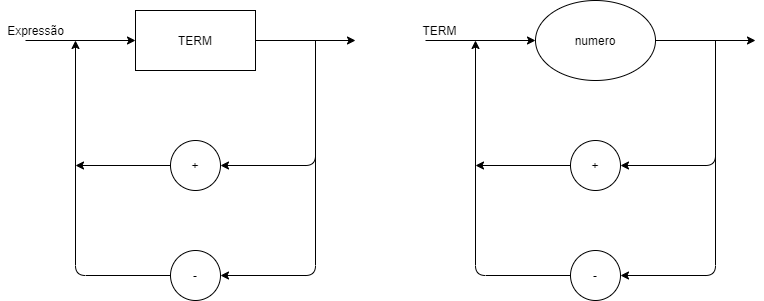
Above: Diagrama+-.png in mikomoares/LogicaDaComputacaoRoteiros (draw.io), before the change. Source tidied: cells renumbered, new cells last; positions are measured from the earlier drawing's top-left corner, leaving out a move shared by most shapes.
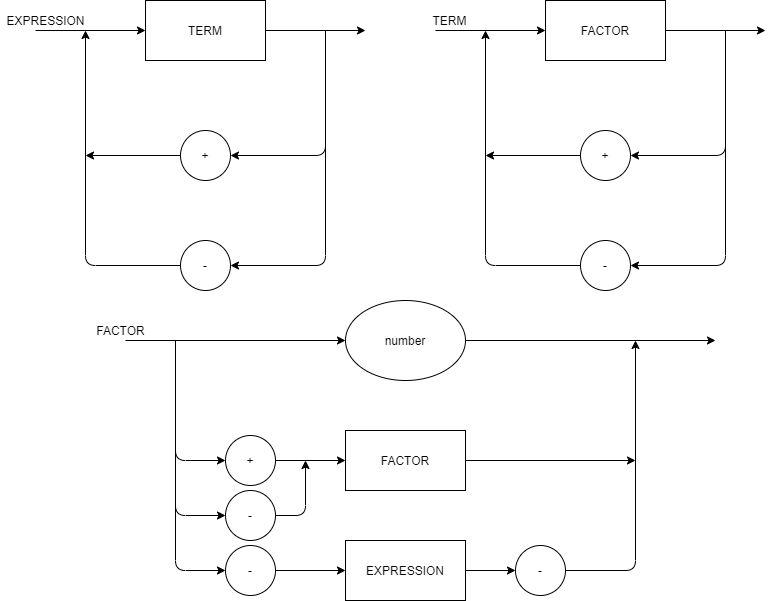
The same diagram one commit later.

Diff of the diagram source:
```diff
@@ -52,9 +52,6 @@
     <mxCell id="10" value="+" style="ellipse;whiteSpace=wrap;html=1;" parent="1" vertex="1">
       <mxGeometry x="570" y="140" width="50" height="50" as="geometry" />
     </mxCell>
-    <mxCell id="11" value="numero" style="ellipse;whiteSpace=wrap;html=1;" parent="1" vertex="1">
-      <mxGeometry x="535" width="120" height="80" as="geometry" />
-    </mxCell>
     <mxCell id="12" value="-" style="ellipse;whiteSpace=wrap;html=1;" parent="1" vertex="1">
       <mxGeometry x="570" y="250" width="50" height="50" as="geometry" />
     </mxCell>
@@ -87,14 +84,16 @@
         </Array>
       </mxGeometry>
     </mxCell>
-    <mxCell id="17" style="endArrow=classic;html=1;exitX=1;exitY=0.5;exitDx=0;exitDy=0;" parent="1" edge="1" source="11">
+    <mxCell id="17" style="endArrow=classic;html=1;exitX=1;exitY=0.5;exitDx=0;exitDy=0;" parent="1" edge="1">
       <mxGeometry relative="1" as="geometry">
+        <mxPoint x="655" y="40" as="sourcePoint" />
         <mxPoint x="755" y="40" as="targetPoint" />
       </mxGeometry>
     </mxCell>
-    <mxCell id="18" style="endArrow=classic;html=1;entryX=0;entryY=0.5;entryDx=0;entryDy=0;" parent="1" edge="1" target="11">
+    <mxCell id="18" style="endArrow=classic;html=1;entryX=0;entryY=0.5;entryDx=0;entryDy=0;" parent="1" edge="1">
       <mxGeometry relative="1" as="geometry">
         <mxPoint x="425" y="40" as="sourcePoint" />
+        <mxPoint x="535" y="40" as="targetPoint" />
       </mxGeometry>
     </mxCell>
     <mxCell id="19" value="TERM" style="rounded=0;whiteSpace=wrap;html=1;" parent="1" vertex="1">
@@ -103,8 +102,102 @@
     <mxCell id="20" value="TERM" style="text;html=1;align=center;verticalAlign=middle;" parent="1" vertex="1">
       <mxGeometry x="414" y="20" width="50" height="20" as="geometry" />
     </mxCell>
-    <mxCell id="21" value="Expressão" style="text;html=1;align=center;verticalAlign=middle;" parent="1" vertex="1">
-      <mxGeometry y="20" width="70" height="20" as="geometry" />
+    <mxCell id="21" value="EXPRESSION" style="text;html=1;align=center;verticalAlign=middle;" parent="1" vertex="1">
+      <mxGeometry x="-10" y="20" width="90" height="20" as="geometry" />
     </mxCell>
+    <mxCell id="22" value="FACTOR" style="rounded=0;whiteSpace=wrap;html=1;" parent="1" vertex="1">
+      <mxGeometry x="535" y="10" width="120" height="60" as="geometry" />
+    </mxCell>
+    <mxCell id="23" value="FACTOR" style="whiteSpace=wrap;html=1;" parent="1" vertex="1">
+      <mxGeometry x="335" y="440" width="120" height="60" as="geometry" />
+    </mxCell>
+    <mxCell id="24" value="+" style="ellipse;whiteSpace=wrap;html=1;" parent="1" vertex="1">
+      <mxGeometry x="215" y="445" width="50" height="50" as="geometry" />
+    </mxCell>
+    <mxCell id="25" value="-" style="ellipse;whiteSpace=wrap;html=1;" parent="1" vertex="1">
+      <mxGeometry x="215" y="555" width="50" height="50" as="geometry" />
+    </mxCell>
+    <mxCell id="26" value="-" style="ellipse;whiteSpace=wrap;html=1;" parent="1" vertex="1">
+      <mxGeometry x="215" y="500" width="50" height="50" as="geometry" />
+    </mxCell>
+    <mxCell id="27" value="-" style="ellipse;whiteSpace=wrap;html=1;" parent="1" vertex="1">
+      <mxGeometry x="505" y="555" width="50" height="50" as="geometry" />
+    </mxCell>
+    <mxCell id="28" value="EXPRESSION" style="whiteSpace=wrap;html=1;" parent="1" vertex="1">
+      <mxGeometry x="335" y="550" width="120" height="60" as="geometry" />
+    </mxCell>
+    <mxCell id="29" value="number" style="ellipse;whiteSpace=wrap;html=1;" parent="1" vertex="1">
+      <mxGeometry x="335" y="310" width="120" height="80" as="geometry" />
+    </mxCell>
+    <mxCell id="30" style="endArrow=classic;html=1;exitX=1;exitY=0.5;exitDx=0;exitDy=0;" parent="1" edge="1" source="26">
+      <mxGeometry relative="1" as="geometry">
+        <mxPoint x="295" y="470" as="targetPoint" />
+        <Array as="points">
+          <mxPoint x="295" y="525" />
+        </Array>
+      </mxGeometry>
+    </mxCell>
+    <mxCell id="31" style="endArrow=classic;html=1;entryX=0;entryY=0.5;entryDx=0;entryDy=0;exitX=1;exitY=0.5;exitDx=0;exitDy=0;" parent="1" edge="1" source="24" target="23">
+      <mxGeometry relative="1" as="geometry" />
+    </mxCell>
+    <mxCell id="32" style="endArrow=classic;html=1;entryX=0;entryY=0.5;entryDx=0;entryDy=0;" parent="1" edge="1" target="25">
+      <mxGeometry relative="1" as="geometry">
+        <mxPoint x="165" y="350" as="sourcePoint" />
+        <Array as="points">
+          <mxPoint x="165" y="580" />
+        </Array>
+      </mxGeometry>
+    </mxCell>
+    <mxCell id="33" style="endArrow=classic;html=1;entryX=0;entryY=0.5;entryDx=0;entryDy=0;" parent="1" edge="1" target="26">
+      <mxGeometry relative="1" as="geometry">
+        <mxPoint x="165" y="350" as="sourcePoint" />
+        <Array as="points">
+          <mxPoint x="165" y="525" />
+        </Array>
+      </mxGeometry>
+    </mxCell>
+    <mxCell id="34" style="endArrow=classic;html=1;entryX=0;entryY=0.5;entryDx=0;entryDy=0;" parent="1" edge="1" target="24">
+      <mxGeometry relative="1" as="geometry">
+        <mxPoint x="165" y="350" as="sourcePoint" />
+        <Array as="points">
+          <mxPoint x="165" y="470" />
+        </Array>
+      </mxGeometry>
+    </mxCell>
+    <mxCell id="35" style="endArrow=classic;html=1;exitX=1;exitY=0.5;exitDx=0;exitDy=0;" parent="1" edge="1" source="29">
+      <mxGeometry relative="1" as="geometry">
+        <mxPoint x="705" y="350" as="targetPoint" />
+      </mxGeometry>
+    </mxCell>
+    <mxCell id="36" style="endArrow=classic;html=1;entryX=0;entryY=0.5;entryDx=0;entryDy=0;" parent="1" edge="1" target="29">
+      <mxGeometry relative="1" as="geometry">
+        <mxPoint x="115" y="350" as="sourcePoint" />
+      </mxGeometry>
+    </mxCell>
+    <mxCell id="37" style="endArrow=classic;html=1;exitX=1;exitY=0.5;exitDx=0;exitDy=0;" parent="1" edge="1" source="23">
+      <mxGeometry relative="1" as="geometry">
+        <mxPoint x="625" y="470" as="targetPoint" />
+        <Array as="points">
+          <mxPoint x="625" y="470" />
+        </Array>
+      </mxGeometry>
+    </mxCell>
+    <mxCell id="38" style="endArrow=classic;html=1;exitX=1;exitY=0.5;exitDx=0;exitDy=0;" parent="1" edge="1" source="27">
+      <mxGeometry relative="1" as="geometry">
+        <mxPoint x="625" y="350" as="targetPoint" />
+        <Array as="points">
+          <mxPoint x="625" y="580" />
+        </Array>
+      </mxGeometry>
+    </mxCell>
+    <mxCell id="39" style="endArrow=classic;html=1;entryX=0;entryY=0.5;entryDx=0;entryDy=0;exitX=1;exitY=0.5;exitDx=0;exitDy=0;" parent="1" edge="1" source="28" target="27">
+      <mxGeometry relative="1" as="geometry" />
+    </mxCell>
+    <mxCell id="40" style="endArrow=classic;html=1;exitX=1;exitY=0.5;exitDx=0;exitDy=0;entryX=0;entryY=0.5;entryDx=0;entryDy=0;" parent="1" edge="1" source="25" target="28">
+      <mxGeometry relative="1" as="geometry" />
+    </mxCell>
+    <mxCell id="41" value="FACTOR" style="text;html=1;align=center;verticalAlign=middle;" parent="1" vertex="1">
+      <mxGeometry x="80" y="330" width="60" height="20" as="geometry" />
+    </mxCell>
   </root>
 </mxGraphModel>
```
